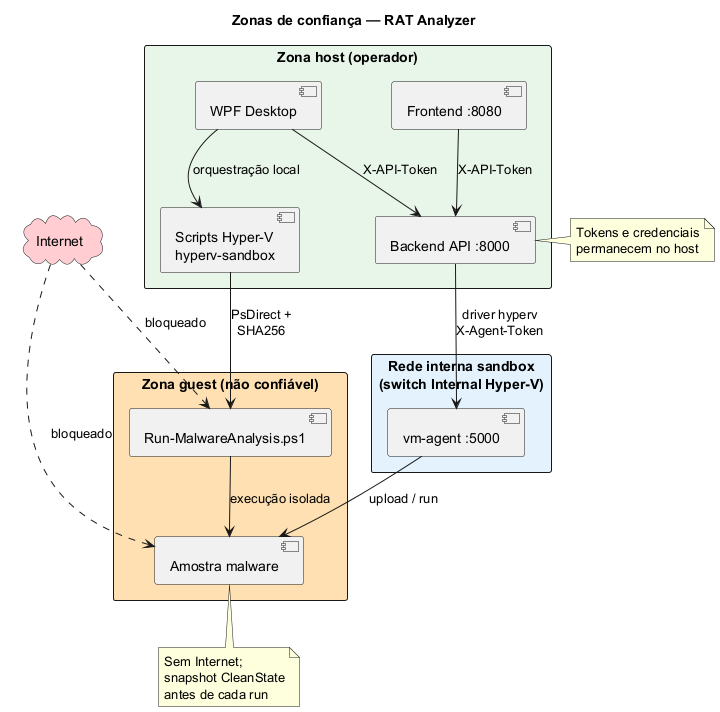
This is relatório/imagens/fig-4-6-security-trust-zones.png from tlxp/PROJETO, a PlantUML export, as it was before one commit. The source it was exported from:
```plantuml
@startuml fig-4-6-security-trust-zones
title Zonas de confiança — RAT Analyzer
skinparam shadowing false
skinparam packageStyle rectangle

cloud "Internet" as NET #FFCDD2

package "Zona host (operador)" #E8F5E9 {
  [Frontend :8080] as WEB
  [Backend API :8000] as API
  [WPF Desktop] as WPF
  [Scripts Hyper-V\nhyperv-sandbox] as PS
}

package "Rede interna sandbox\n(switch Internal Hyper-V)" #E3F2FD {
  [vm-agent :5000] as VMA
}

package "Zona guest (não confiável)" #FFE0B2 {
  [Amostra malware] as SAMPLE
  [Run-MalwareAnalysis.ps1] as VMPS
}

WEB --> API : X-API-Token
WPF --> API : X-API-Token
WPF --> PS : orquestração local
API --> VMA : driver hyperv\nX-Agent-Token
PS --> VMPS : PsDirect +\nSHA256
VMA --> SAMPLE : upload / run
VMPS --> SAMPLE : execução isolada

NET ..> SAMPLE : bloqueado
NET ..> VMPS : bloqueado

note right of API
  Tokens e credenciais
  permanecem no host
end note

note bottom of SAMPLE
  Sem Internet;
  snapshot CleanState
  antes de cada run
end note

@enduml
```
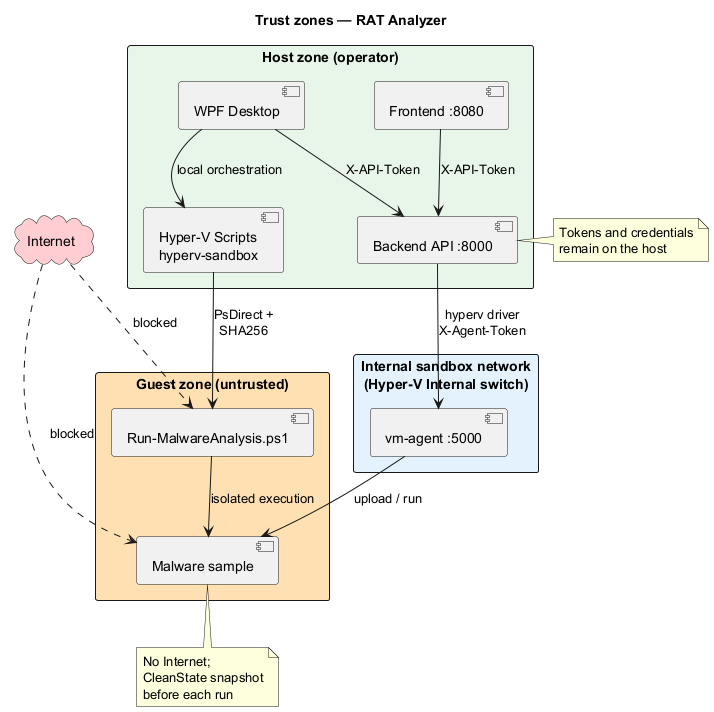
After the commit.

Change to the diagram source:
```diff
@@ -1,46 +1,46 @@
 @startuml fig-4-6-security-trust-zones
-title Zonas de confiança — RAT Analyzer
+title Trust zones — RAT Analyzer
 skinparam shadowing false
 skinparam packageStyle rectangle
 
 cloud "Internet" as NET #FFCDD2
 
-package "Zona host (operador)" #E8F5E9 {
+package "Host zone (operator)" #E8F5E9 {
   [Frontend :8080] as WEB
   [Backend API :8000] as API
   [WPF Desktop] as WPF
-  [Scripts Hyper-V\nhyperv-sandbox] as PS
+  [Hyper-V Scripts\nhyperv-sandbox] as PS
 }
 
-package "Rede interna sandbox\n(switch Internal Hyper-V)" #E3F2FD {
+package "Internal sandbox network\n(Hyper-V Internal switch)" #E3F2FD {
   [vm-agent :5000] as VMA
 }
 
-package "Zona guest (não confiável)" #FFE0B2 {
-  [Amostra malware] as SAMPLE
+package "Guest zone (untrusted)" #FFE0B2 {
+  [Malware sample] as SAMPLE
   [Run-MalwareAnalysis.ps1] as VMPS
 }
 
 WEB --> API : X-API-Token
 WPF --> API : X-API-Token
-WPF --> PS : orquestração local
-API --> VMA : driver hyperv\nX-Agent-Token
+WPF --> PS : local orchestration
+API --> VMA : hyperv driver\nX-Agent-Token
 PS --> VMPS : PsDirect +\nSHA256
 VMA --> SAMPLE : upload / run
-VMPS --> SAMPLE : execução isolada
+VMPS --> SAMPLE : isolated execution
 
-NET ..> SAMPLE : bloqueado
-NET ..> VMPS : bloqueado
+NET ..> SAMPLE : blocked
+NET ..> VMPS : blocked
 
 note right of API
-  Tokens e credenciais
-  permanecem no host
+  Tokens and credentials
+  remain on the host
 end note
 
 note bottom of SAMPLE
-  Sem Internet;
-  snapshot CleanState
-  antes de cada run
+  No Internet;
+  CleanState snapshot
+  before each run
 end note
 
 @enduml
```
